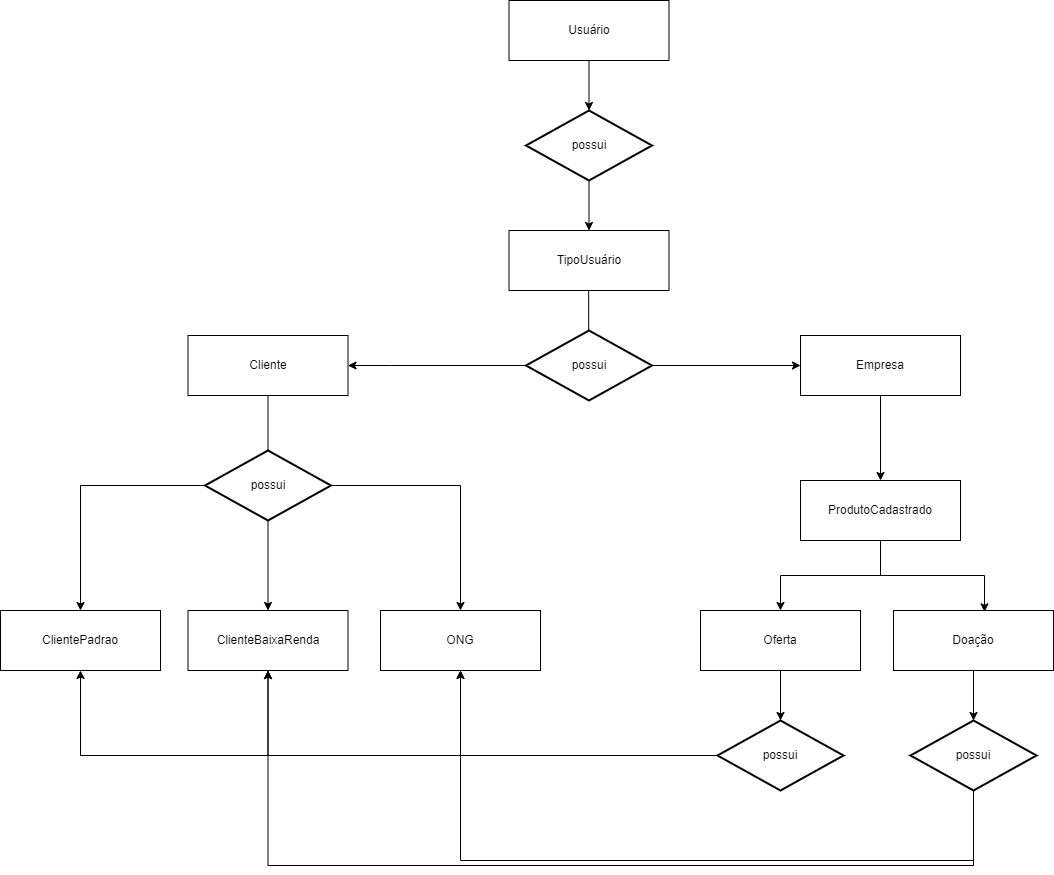
Before: Materiais/Modelagens/Modelo-Conceitual.drawio.png, a diagram exported from draw.io (Leonardo-Souza-de-Castro/Projeto-Ofertas). Source tidied: cells renumbered, new cells last; positions are measured from the earlier drawing's top-left corner, leaving out a move shared by most shapes.
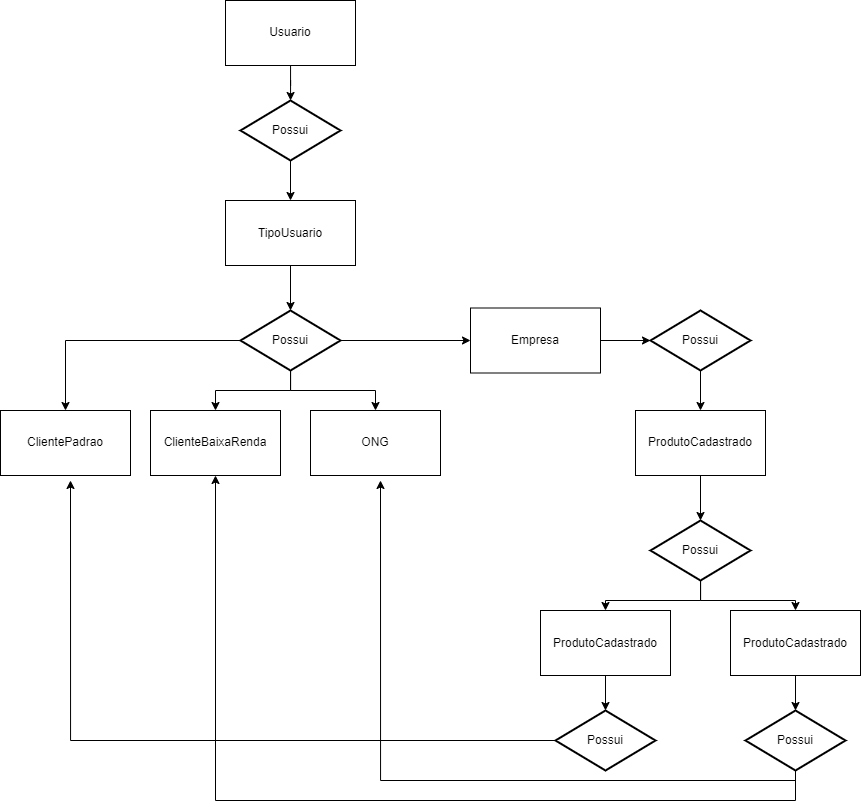
After the change.

Commit message:
Modelo conceitual

The edit, as a diff of the source:
```diff
@@ -2,125 +2,124 @@
   <root>
     <mxCell id="0" />
     <mxCell id="1" parent="0" />
-    <mxCell id="2" value="ONG" style="rounded=0;whiteSpace=wrap;html=1;" parent="1" vertex="1">
-      <mxGeometry x="380" y="610" width="160" height="60" as="geometry" />
-    </mxCell>
-    <mxCell id="3" style="edgeStyle=orthogonalEdgeStyle;rounded=0;jettySize=auto;html=1;entryX=0.5;entryY=1;entryDx=0;entryDy=0;" parent="1" edge="1" source="5" target="2">
-      <mxGeometry relative="1" as="geometry">
-        <Array as="points">
-          <mxPoint x="973" y="860" />
-          <mxPoint x="460" y="860" />
-        </Array>
-      </mxGeometry>
-    </mxCell>
-    <mxCell id="4" style="edgeStyle=orthogonalEdgeStyle;rounded=0;jettySize=auto;html=1;entryX=0.5;entryY=1;entryDx=0;entryDy=0;" parent="1" edge="1" source="5" target="27">
-      <mxGeometry relative="1" as="geometry">
-        <Array as="points">
-          <mxPoint x="973" y="865" />
-          <mxPoint x="268" y="865" />
-        </Array>
-      </mxGeometry>
-    </mxCell>
-    <mxCell id="5" value="possui" style="strokeWidth=2;html=1;shape=mxgraph.flowchart.decision;whiteSpace=wrap;" parent="1" vertex="1">
-      <mxGeometry x="910" y="720" width="126" height="70" as="geometry" />
-    </mxCell>
-    <mxCell id="6" style="edgeStyle=orthogonalEdgeStyle;rounded=0;jettySize=auto;html=1;" parent="1" edge="1" source="8" target="11">
-      <mxGeometry relative="1" as="geometry">
-        <Array as="points">
-          <mxPoint x="390" y="365" />
-          <mxPoint x="390" y="365" />
-        </Array>
-      </mxGeometry>
-    </mxCell>
-    <mxCell id="7" style="edgeStyle=orthogonalEdgeStyle;rounded=0;jettySize=auto;html=1;entryX=0;entryY=0.5;entryDx=0;entryDy=0;" parent="1" edge="1" source="8" target="10">
-      <mxGeometry relative="1" as="geometry" />
-    </mxCell>
-    <mxCell id="8" value="possui" style="strokeWidth=2;html=1;shape=mxgraph.flowchart.decision;whiteSpace=wrap;" parent="1" vertex="1">
-      <mxGeometry x="525.5" y="330" width="126" height="70" as="geometry" />
-    </mxCell>
-    <mxCell id="9" style="edgeStyle=orthogonalEdgeStyle;rounded=0;jettySize=auto;html=1;" parent="1" edge="1" source="10" target="23">
-      <mxGeometry relative="1" as="geometry" />
-    </mxCell>
-    <mxCell id="10" value="Empresa" style="rounded=0;whiteSpace=wrap;html=1;" parent="1" vertex="1">
-      <mxGeometry x="800" y="335" width="160" height="60" as="geometry" />
-    </mxCell>
-    <mxCell id="11" value="Cliente" style="rounded=0;whiteSpace=wrap;html=1;" parent="1" vertex="1">
-      <mxGeometry x="187.5" y="335" width="160" height="60" as="geometry" />
-    </mxCell>
-    <mxCell id="12" style="endArrow=none;html=1;rounded=0;exitX=0.5;exitY=0;exitDx=0;exitDy=0;exitPerimeter=0;entryX=0.5;entryY=1;entryDx=0;entryDy=0;" parent="1" edge="1">
-      <mxGeometry relative="1" as="geometry">
-        <mxPoint x="588.2" y="330" as="sourcePoint" />
-        <mxPoint x="588.2" y="285" as="targetPoint" />
-      </mxGeometry>
-    </mxCell>
-    <mxCell id="13" value="TipoUsuário" style="rounded=0;whiteSpace=wrap;html=1;" parent="1" vertex="1">
-      <mxGeometry x="508.5" y="230" width="160" height="60" as="geometry" />
-    </mxCell>
-    <mxCell id="14" style="edgeStyle=orthogonalEdgeStyle;rounded=0;jettySize=auto;html=1;" parent="1" edge="1" source="15" target="25">
-      <mxGeometry relative="1" as="geometry" />
-    </mxCell>
-    <mxCell id="15" value="Usuário" style="rounded=0;whiteSpace=wrap;html=1;" parent="1" vertex="1">
-      <mxGeometry x="508.5" width="160" height="60" as="geometry" />
-    </mxCell>
-    <mxCell id="16" style="edgeStyle=orthogonalEdgeStyle;rounded=0;jettySize=auto;html=1;" parent="1" edge="1" source="19" target="26">
-      <mxGeometry relative="1" as="geometry" />
-    </mxCell>
-    <mxCell id="17" style="edgeStyle=orthogonalEdgeStyle;rounded=0;jettySize=auto;html=1;entryX=0.5;entryY=0;entryDx=0;entryDy=0;" parent="1" edge="1" source="19" target="27">
-      <mxGeometry relative="1" as="geometry" />
-    </mxCell>
-    <mxCell id="18" style="edgeStyle=orthogonalEdgeStyle;rounded=0;jettySize=auto;html=1;entryX=0.5;entryY=0;entryDx=0;entryDy=0;" parent="1" edge="1" source="19" target="2">
-      <mxGeometry relative="1" as="geometry" />
-    </mxCell>
-    <mxCell id="19" value="possui" style="strokeWidth=2;html=1;shape=mxgraph.flowchart.decision;whiteSpace=wrap;" parent="1" vertex="1">
-      <mxGeometry x="204.5" y="450" width="126" height="70" as="geometry" />
-    </mxCell>
-    <mxCell id="20" style="endArrow=none;html=1;rounded=0;entryX=0.5;entryY=1;entryDx=0;entryDy=0;exitX=0.5;exitY=0;exitDx=0;exitDy=0;exitPerimeter=0;" parent="1" edge="1" source="19" target="11">
-      <mxGeometry relative="1" as="geometry" />
-    </mxCell>
-    <mxCell id="21" style="edgeStyle=orthogonalEdgeStyle;rounded=0;jettySize=auto;html=1;entryX=0.5;entryY=0;entryDx=0;entryDy=0;" parent="1" edge="1" source="23" target="29">
-      <mxGeometry relative="1" as="geometry" />
-    </mxCell>
-    <mxCell id="22" style="edgeStyle=orthogonalEdgeStyle;rounded=0;jettySize=auto;html=1;entryX=0.569;entryY=0.022;entryDx=0;entryDy=0;entryPerimeter=0;" parent="1" edge="1" source="23" target="31">
-      <mxGeometry relative="1" as="geometry" />
-    </mxCell>
-    <mxCell id="23" value="ProdutoCadastrado" style="rounded=0;whiteSpace=wrap;html=1;" parent="1" vertex="1">
-      <mxGeometry x="800" y="480" width="160" height="60" as="geometry" />
-    </mxCell>
-    <mxCell id="24" style="edgeStyle=orthogonalEdgeStyle;rounded=0;jettySize=auto;html=1;" parent="1" edge="1" source="25" target="13">
-      <mxGeometry relative="1" as="geometry" />
-    </mxCell>
-    <mxCell id="25" value="possui" style="strokeWidth=2;html=1;shape=mxgraph.flowchart.decision;whiteSpace=wrap;" parent="1" vertex="1">
-      <mxGeometry x="525.5" y="110" width="126" height="70" as="geometry" />
-    </mxCell>
+    <mxCell id="36" style="edgeStyle=orthogonalEdgeStyle;rounded=0;jettySize=auto;html=1;" parent="1" edge="1" source="37" target="39">
+      <mxGeometry relative="1" as="geometry" />
+    </mxCell>
+    <mxCell id="37" value="Usuario" style="rounded=0;whiteSpace=wrap;html=1;" parent="1" vertex="1">
+      <mxGeometry x="905" y="-495" width="130" height="65" as="geometry" />
+    </mxCell>
+    <mxCell id="38" style="edgeStyle=orthogonalEdgeStyle;rounded=0;jettySize=auto;html=1;entryX=0.5;entryY=0;entryDx=0;entryDy=0;" parent="1" edge="1" source="39" target="41">
+      <mxGeometry relative="1" as="geometry" />
+    </mxCell>
+    <mxCell id="39" value="Possui" style="strokeWidth=2;html=1;shape=mxgraph.flowchart.decision;whiteSpace=wrap;" parent="1" vertex="1">
+      <mxGeometry x="920" y="-395" width="100" height="60" as="geometry" />
+    </mxCell>
+    <mxCell id="40" style="edgeStyle=orthogonalEdgeStyle;rounded=0;jettySize=auto;html=1;" parent="1" edge="1" source="41" target="46">
+      <mxGeometry relative="1" as="geometry" />
+    </mxCell>
+    <mxCell id="41" value="TipoUsuario" style="rounded=0;whiteSpace=wrap;html=1;" parent="1" vertex="1">
+      <mxGeometry x="905" y="-295" width="130" height="65" as="geometry" />
+    </mxCell>
+    <mxCell id="42" style="edgeStyle=orthogonalEdgeStyle;rounded=0;jettySize=auto;html=1;entryX=0.5;entryY=0;entryDx=0;entryDy=0;" parent="1" edge="1" source="46" target="27">
+      <mxGeometry relative="1" as="geometry" />
+    </mxCell>
+    <mxCell id="43" style="edgeStyle=orthogonalEdgeStyle;rounded=0;jettySize=auto;html=1;entryX=0.5;entryY=0;entryDx=0;entryDy=0;" parent="1" edge="1" source="46" target="26">
+      <mxGeometry relative="1" as="geometry" />
+    </mxCell>
+    <mxCell id="44" style="edgeStyle=orthogonalEdgeStyle;rounded=0;jettySize=auto;html=1;" parent="1" edge="1" source="46" target="10">
+      <mxGeometry relative="1" as="geometry" />
+    </mxCell>
+    <mxCell id="45" style="edgeStyle=orthogonalEdgeStyle;rounded=0;jettySize=auto;html=1;" parent="1" edge="1" source="46" target="2">
+      <mxGeometry relative="1" as="geometry" />
+    </mxCell>
+    <mxCell id="46" value="Possui" style="strokeWidth=2;html=1;shape=mxgraph.flowchart.decision;whiteSpace=wrap;" parent="1" vertex="1">
+      <mxGeometry x="920" y="-185" width="100" height="60" as="geometry" />
+    </mxCell>
     <mxCell id="26" value="ClientePadrao" style="rounded=0;whiteSpace=wrap;html=1;" parent="1" vertex="1">
-      <mxGeometry y="610" width="160" height="60" as="geometry" />
+      <mxGeometry x="680" y="-85" width="130" height="65" as="geometry" />
     </mxCell>
     <mxCell id="27" value="ClienteBaixaRenda" style="rounded=0;whiteSpace=wrap;html=1;" parent="1" vertex="1">
-      <mxGeometry x="187.5" y="610" width="160" height="60" as="geometry" />
+      <mxGeometry x="830" y="-85" width="130" height="65" as="geometry" />
     </mxCell>
-    <mxCell id="28" style="edgeStyle=orthogonalEdgeStyle;rounded=0;jettySize=auto;html=1;entryX=0.5;entryY=0;entryDx=0;entryDy=0;entryPerimeter=0;" parent="1" edge="1" source="29" target="35">
-      <mxGeometry relative="1" as="geometry" />
-    </mxCell>
-    <mxCell id="29" value="Oferta" style="rounded=0;whiteSpace=wrap;html=1;" parent="1" vertex="1">
-      <mxGeometry x="700" y="610" width="160" height="60" as="geometry" />
-    </mxCell>
-    <mxCell id="30" style="edgeStyle=orthogonalEdgeStyle;rounded=0;jettySize=auto;html=1;" parent="1" edge="1" source="31" target="5">
-      <mxGeometry relative="1" as="geometry" />
-    </mxCell>
-    <mxCell id="31" value="Doação" style="rounded=0;whiteSpace=wrap;html=1;" parent="1" vertex="1">
-      <mxGeometry x="893" y="610" width="160" height="60" as="geometry" />
-    </mxCell>
-    <mxCell id="32" style="edgeStyle=orthogonalEdgeStyle;rounded=0;jettySize=auto;html=1;entryX=0.5;entryY=1;entryDx=0;entryDy=0;" parent="1" edge="1" source="35" target="27">
-      <mxGeometry relative="1" as="geometry" />
-    </mxCell>
-    <mxCell id="33" style="edgeStyle=orthogonalEdgeStyle;rounded=0;jettySize=auto;html=1;entryX=0.5;entryY=1;entryDx=0;entryDy=0;" parent="1" edge="1" source="35" target="2">
-      <mxGeometry relative="1" as="geometry" />
-    </mxCell>
-    <mxCell id="34" style="edgeStyle=orthogonalEdgeStyle;rounded=0;jettySize=auto;html=1;entryX=0.5;entryY=1;entryDx=0;entryDy=0;" parent="1" edge="1" source="35" target="26">
-      <mxGeometry relative="1" as="geometry" />
-    </mxCell>
-    <mxCell id="35" value="possui" style="strokeWidth=2;html=1;shape=mxgraph.flowchart.decision;whiteSpace=wrap;" parent="1" vertex="1">
-      <mxGeometry x="717" y="720" width="126" height="70" as="geometry" />
-    </mxCell>
+    <mxCell id="47" style="edgeStyle=orthogonalEdgeStyle;rounded=0;jettySize=auto;html=1;entryX=0;entryY=0.5;entryDx=0;entryDy=0;entryPerimeter=0;" parent="1" edge="1" source="10" target="49">
+      <mxGeometry relative="1" as="geometry" />
+    </mxCell>
+    <mxCell id="10" value="Empresa" style="rounded=0;whiteSpace=wrap;html=1;" parent="1" vertex="1">
+      <mxGeometry x="1150" y="-187.5" width="130" height="65" as="geometry" />
+    </mxCell>
+    <mxCell id="2" value="ONG" style="rounded=0;whiteSpace=wrap;html=1;" parent="1" vertex="1">
+      <mxGeometry x="990" y="-85" width="130" height="65" as="geometry" />
+    </mxCell>
+    <mxCell id="48" style="edgeStyle=orthogonalEdgeStyle;rounded=0;jettySize=auto;html=1;entryX=0.5;entryY=0;entryDx=0;entryDy=0;" parent="1" edge="1" source="49" target="51">
+      <mxGeometry relative="1" as="geometry" />
+    </mxCell>
+    <mxCell id="49" value="Possui" style="strokeWidth=2;html=1;shape=mxgraph.flowchart.decision;whiteSpace=wrap;" parent="1" vertex="1">
+      <mxGeometry x="1330" y="-185" width="100" height="60" as="geometry" />
+    </mxCell>
+    <mxCell id="50" style="edgeStyle=orthogonalEdgeStyle;rounded=0;jettySize=auto;html=1;entryX=0.5;entryY=0;entryDx=0;entryDy=0;entryPerimeter=0;" parent="1" edge="1" source="51" target="54">
+      <mxGeometry relative="1" as="geometry" />
+    </mxCell>
+    <mxCell id="51" value="ProdutoCadastrado" style="rounded=0;whiteSpace=wrap;html=1;" parent="1" vertex="1">
+      <mxGeometry x="1315" y="-85" width="130" height="65" as="geometry" />
+    </mxCell>
+    <mxCell id="52" style="edgeStyle=orthogonalEdgeStyle;rounded=0;jettySize=auto;html=1;" parent="1" edge="1" source="54" target="56">
+      <mxGeometry relative="1" as="geometry">
+        <Array as="points">
+          <mxPoint x="1380" y="105" />
+          <mxPoint x="1285" y="105" />
+        </Array>
+      </mxGeometry>
+    </mxCell>
+    <mxCell id="53" style="edgeStyle=orthogonalEdgeStyle;rounded=0;jettySize=auto;html=1;" parent="1" edge="1" source="54" target="58">
+      <mxGeometry relative="1" as="geometry">
+        <Array as="points">
+          <mxPoint x="1380" y="105" />
+          <mxPoint x="1475" y="105" />
+        </Array>
+      </mxGeometry>
+    </mxCell>
+    <mxCell id="54" value="Possui" style="strokeWidth=2;html=1;shape=mxgraph.flowchart.decision;whiteSpace=wrap;" parent="1" vertex="1">
+      <mxGeometry x="1330" y="25" width="100" height="60" as="geometry" />
+    </mxCell>
+    <mxCell id="55" style="edgeStyle=orthogonalEdgeStyle;rounded=0;jettySize=auto;html=1;" parent="1" edge="1" source="56" target="60">
+      <mxGeometry relative="1" as="geometry" />
+    </mxCell>
+    <mxCell id="56" value="ProdutoCadastrado" style="rounded=0;whiteSpace=wrap;html=1;" parent="1" vertex="1">
+      <mxGeometry x="1220" y="115" width="130" height="65" as="geometry" />
+    </mxCell>
+    <mxCell id="57" style="edgeStyle=orthogonalEdgeStyle;rounded=0;jettySize=auto;html=1;" parent="1" edge="1" source="58" target="63">
+      <mxGeometry relative="1" as="geometry" />
+    </mxCell>
+    <mxCell id="58" value="ProdutoCadastrado" style="rounded=0;whiteSpace=wrap;html=1;" parent="1" vertex="1">
+      <mxGeometry x="1410" y="115" width="130" height="65" as="geometry" />
+    </mxCell>
+    <mxCell id="59" style="edgeStyle=orthogonalEdgeStyle;rounded=0;jettySize=auto;html=1;" parent="1" edge="1" source="60">
+      <mxGeometry relative="1" as="geometry">
+        <mxPoint x="750" y="-15" as="targetPoint" />
+      </mxGeometry>
+    </mxCell>
+    <mxCell id="60" value="Possui" style="strokeWidth=2;html=1;shape=mxgraph.flowchart.decision;whiteSpace=wrap;" parent="1" vertex="1">
+      <mxGeometry x="1235" y="215" width="100" height="60" as="geometry" />
+    </mxCell>
+    <mxCell id="61" style="edgeStyle=orthogonalEdgeStyle;rounded=0;jettySize=auto;html=1;entryX=0.5;entryY=1;entryDx=0;entryDy=0;" parent="1" edge="1" source="63" target="27">
+      <mxGeometry relative="1" as="geometry">
+        <Array as="points">
+          <mxPoint x="1475" y="305" />
+          <mxPoint x="895" y="305" />
+        </Array>
+      </mxGeometry>
+    </mxCell>
+    <mxCell id="62" style="edgeStyle=orthogonalEdgeStyle;rounded=0;jettySize=auto;html=1;" parent="1" edge="1" source="63">
+      <mxGeometry relative="1" as="geometry">
+        <mxPoint x="1060" y="-15" as="targetPoint" />
+        <Array as="points">
+          <mxPoint x="1475" y="285" />
+          <mxPoint x="1060" y="285" />
+        </Array>
+      </mxGeometry>
+    </mxCell>
+    <mxCell id="63" value="Possui" style="strokeWidth=2;html=1;shape=mxgraph.flowchart.decision;whiteSpace=wrap;" parent="1" vertex="1">
+      <mxGeometry x="1425" y="215" width="100" height="60" as="geometry" />
+    </mxCell>
   </root>
 </mxGraphModel>
```
